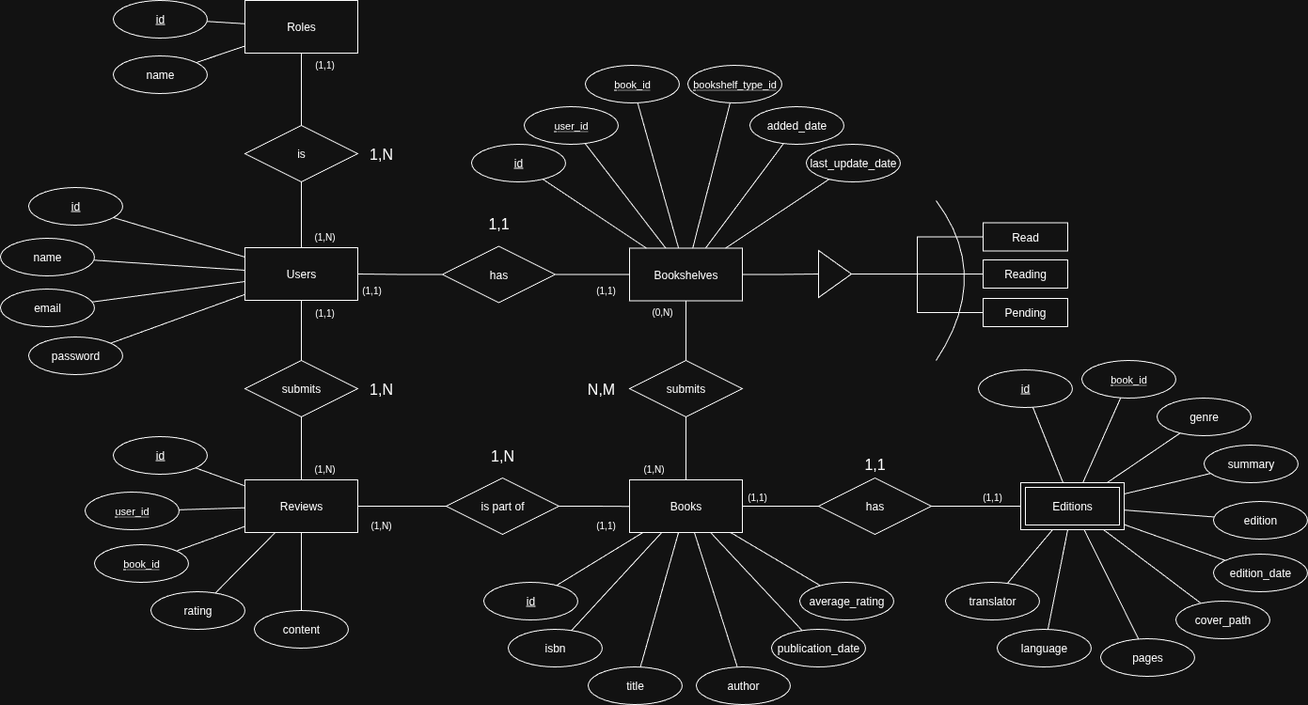
Before: documentacion/diagramas/diagrama-er-bookbag.png, a diagram exported from draw.io (moronosoutotomas/proyecto-final-daw). Source tidied: cells renumbered, new cells last; positions are measured from the earlier drawing's top-left corner, leaving out a move shared by most shapes.
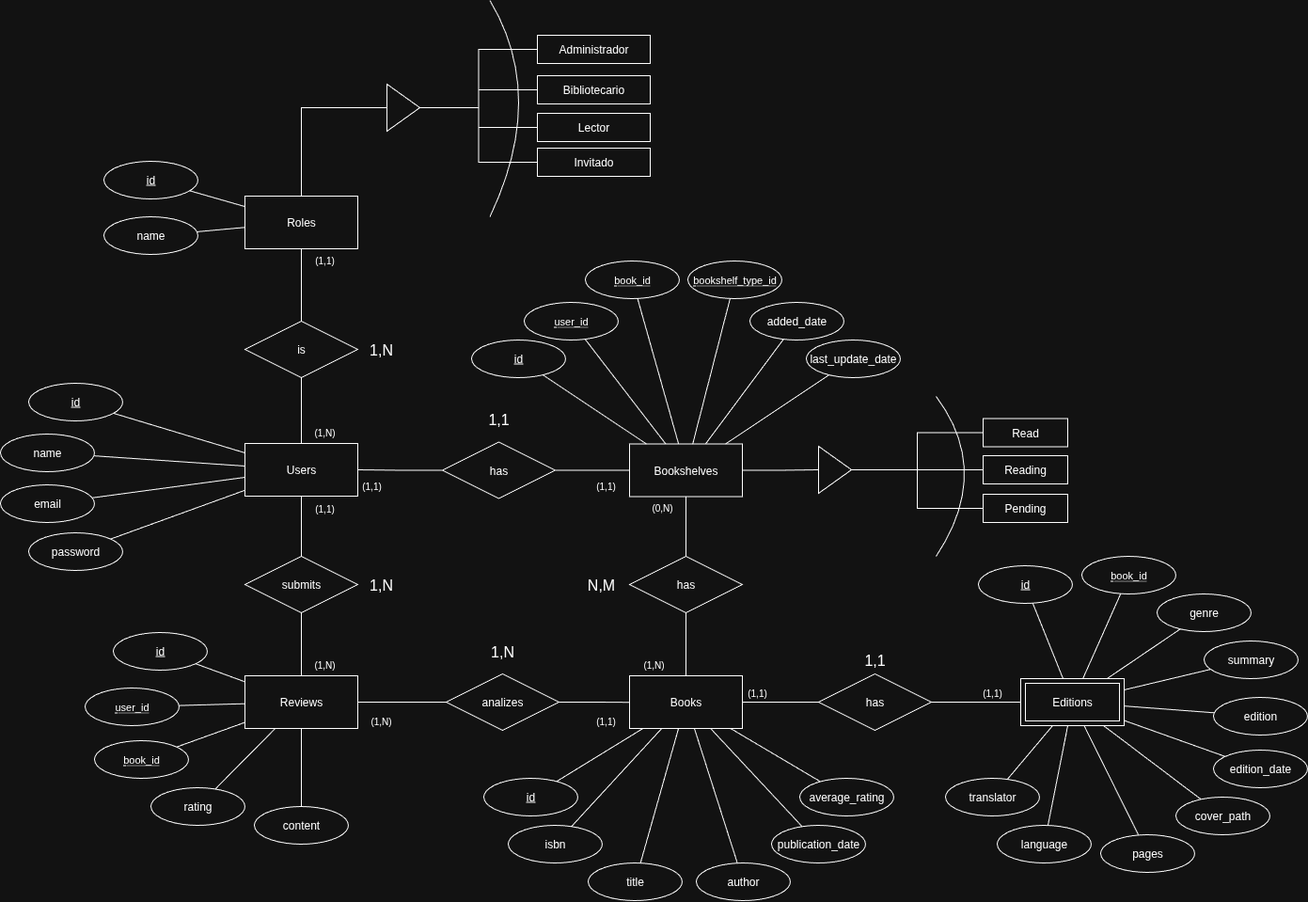
The same file after the commit.

Commit message:
Diagramas actualizados de acuerdo a las migraciones

Diff of the diagram source:
```diff
@@ -131,7 +131,7 @@
     <mxCell id="42" style="edgeStyle=orthogonalEdgeStyle;shape=connector;rounded=0;jettySize=auto;html=1;strokeColor=default;align=center;verticalAlign=middle;fontFamily=Helvetica;fontSize=11;fontColor=default;labelBackgroundColor=default;endArrow=none;endFill=0;" parent="1" edge="1" source="43" target="50">
       <mxGeometry relative="1" as="geometry" />
     </mxCell>
-    <mxCell id="43" value="is part of" style="shape=rhombus;perimeter=rhombusPerimeter;whiteSpace=wrap;html=1;align=center;" parent="1" vertex="1">
+    <mxCell id="43" value="analizes" style="shape=rhombus;perimeter=rhombusPerimeter;whiteSpace=wrap;html=1;align=center;" parent="1" vertex="1">
       <mxGeometry x="474" y="508" width="120" height="60" as="geometry" />
     </mxCell>
     <mxCell id="44" style="edgeStyle=orthogonalEdgeStyle;shape=connector;rounded=0;jettySize=auto;html=1;strokeColor=default;align=center;verticalAlign=middle;fontFamily=Helvetica;fontSize=11;fontColor=default;labelBackgroundColor=default;endArrow=none;endFill=0;" parent="1" edge="1" source="46" target="53">
@@ -148,6 +148,9 @@
         <mxPoint x="677.5" y="538.3" as="targetPoint" />
       </mxGeometry>
     </mxCell>
+    <mxCell id="122" style="edgeStyle=orthogonalEdgeStyle;shape=connector;rounded=0;jettySize=auto;html=1;entryX=0;entryY=0.5;entryDx=0;entryDy=0;strokeColor=default;align=center;verticalAlign=middle;fontFamily=Helvetica;fontSize=11;fontColor=default;labelBackgroundColor=default;endArrow=none;endFill=0;exitX=0.5;exitY=0;exitDx=0;exitDy=0;" parent="1" edge="1" source="48" target="124">
+      <mxGeometry relative="1" as="geometry" />
+    </mxCell>
     <mxCell id="48" value="Roles" style="whiteSpace=wrap;html=1;align=center;fontFamily=Helvetica;fontSize=12;fontColor=default;labelBackgroundColor=default;" parent="1" vertex="1">
       <mxGeometry x="260" width="120" height="56" as="geometry" />
     </mxCell>
@@ -356,19 +359,55 @@
       <mxGeometry relative="1" as="geometry" />
     </mxCell>
     <mxCell id="117" value="id" style="ellipse;whiteSpace=wrap;html=1;align=center;fontStyle=4;" parent="1" vertex="1">
-      <mxGeometry x="120" width="100" height="40" as="geometry" />
+      <mxGeometry x="110" y="-37" width="100" height="40" as="geometry" />
     </mxCell>
     <mxCell id="118" style="shape=connector;rounded=0;jettySize=auto;html=1;strokeColor=default;align=center;verticalAlign=middle;fontFamily=Helvetica;fontSize=11;fontColor=default;labelBackgroundColor=default;endArrow=none;endFill=0;" parent="1" edge="1" source="119" target="48">
       <mxGeometry relative="1" as="geometry" />
     </mxCell>
     <mxCell id="119" value="name" style="ellipse;whiteSpace=wrap;html=1;align=center;" parent="1" vertex="1">
-      <mxGeometry x="120" y="59" width="100" height="40" as="geometry" />
+      <mxGeometry x="110" y="22" width="100" height="40" as="geometry" />
     </mxCell>
     <mxCell id="120" style="edgeStyle=orthogonalEdgeStyle;shape=connector;rounded=0;jettySize=auto;html=1;strokeColor=default;align=center;verticalAlign=middle;fontFamily=Helvetica;fontSize=11;fontColor=default;labelBackgroundColor=default;endArrow=none;endFill=0;" parent="1" edge="1" source="121" target="51">
       <mxGeometry relative="1" as="geometry" />
     </mxCell>
-    <mxCell id="121" value="submits" style="shape=rhombus;perimeter=rhombusPerimeter;whiteSpace=wrap;html=1;align=center;" parent="1" vertex="1">
+    <mxCell id="121" value="has" style="shape=rhombus;perimeter=rhombusPerimeter;whiteSpace=wrap;html=1;align=center;" parent="1" vertex="1">
       <mxGeometry x="669" y="383" width="120" height="60" as="geometry" />
     </mxCell>
+    <mxCell id="123" style="edgeStyle=orthogonalEdgeStyle;shape=connector;rounded=0;jettySize=auto;html=1;entryX=0;entryY=0.5;entryDx=0;entryDy=0;strokeColor=default;align=center;verticalAlign=middle;fontFamily=Helvetica;fontSize=11;fontColor=default;labelBackgroundColor=default;endArrow=none;endFill=0;" parent="1" edge="1" source="124" target="132">
+      <mxGeometry relative="1" as="geometry" />
+    </mxCell>
+    <mxCell id="124" style="triangle;whiteSpace=wrap;html=1;" parent="1" vertex="1">
+      <mxGeometry x="411" y="-119" width="35" height="50" as="geometry" />
+    </mxCell>
+    <mxCell id="125" style="endArrow=none;html=1;rounded=0;curved=1;" parent="1" edge="1">
+      <mxGeometry relative="1" as="geometry">
+        <mxPoint x="520.5" y="22" as="sourcePoint" />
+        <mxPoint x="520.5" y="-208" as="targetPoint" />
+        <Array as="points">
+          <mxPoint x="581.5" y="-106" />
+        </Array>
+      </mxGeometry>
+    </mxCell>
+    <mxCell id="126" style="edgeStyle=orthogonalEdgeStyle;shape=connector;rounded=0;jettySize=auto;html=1;strokeColor=default;align=center;verticalAlign=middle;fontFamily=Helvetica;fontSize=11;fontColor=default;labelBackgroundColor=default;endArrow=none;endFill=0;" parent="1" edge="1" source="127" target="124">
+      <mxGeometry relative="1" as="geometry" />
+    </mxCell>
+    <mxCell id="127" value="Bibliotecario" style="whiteSpace=wrap;html=1;align=center;fontFamily=Helvetica;fontSize=12;fontColor=default;labelBackgroundColor=default;" parent="1" vertex="1">
+      <mxGeometry x="571" y="-128" width="120" height="30" as="geometry" />
+    </mxCell>
+    <mxCell id="128" style="edgeStyle=orthogonalEdgeStyle;shape=connector;rounded=0;jettySize=auto;html=1;entryX=1;entryY=0.5;entryDx=0;entryDy=0;strokeColor=default;align=center;verticalAlign=middle;fontFamily=Helvetica;fontSize=11;fontColor=default;labelBackgroundColor=default;endArrow=none;endFill=0;" parent="1" edge="1" source="129" target="124">
+      <mxGeometry relative="1" as="geometry" />
+    </mxCell>
+    <mxCell id="129" value="Invitado" style="whiteSpace=wrap;html=1;align=center;fontFamily=Helvetica;fontSize=12;fontColor=default;labelBackgroundColor=default;" parent="1" vertex="1">
+      <mxGeometry x="571" y="-51" width="120" height="30" as="geometry" />
+    </mxCell>
+    <mxCell id="130" style="edgeStyle=orthogonalEdgeStyle;shape=connector;rounded=0;jettySize=auto;html=1;strokeColor=default;align=center;verticalAlign=middle;fontFamily=Helvetica;fontSize=11;fontColor=default;labelBackgroundColor=default;endArrow=none;endFill=0;" parent="1" edge="1" source="131" target="124">
+      <mxGeometry relative="1" as="geometry" />
+    </mxCell>
+    <mxCell id="131" value="Lector" style="whiteSpace=wrap;html=1;align=center;fontFamily=Helvetica;fontSize=12;fontColor=default;labelBackgroundColor=default;" parent="1" vertex="1">
+      <mxGeometry x="571" y="-88" width="120" height="30" as="geometry" />
+    </mxCell>
+    <mxCell id="132" value="Administrador" style="whiteSpace=wrap;html=1;align=center;fontFamily=Helvetica;fontSize=12;fontColor=default;labelBackgroundColor=default;" parent="1" vertex="1">
+      <mxGeometry x="571" y="-171" width="120" height="30" as="geometry" />
+    </mxCell>
   </root>
 </mxGraphModel>
```
